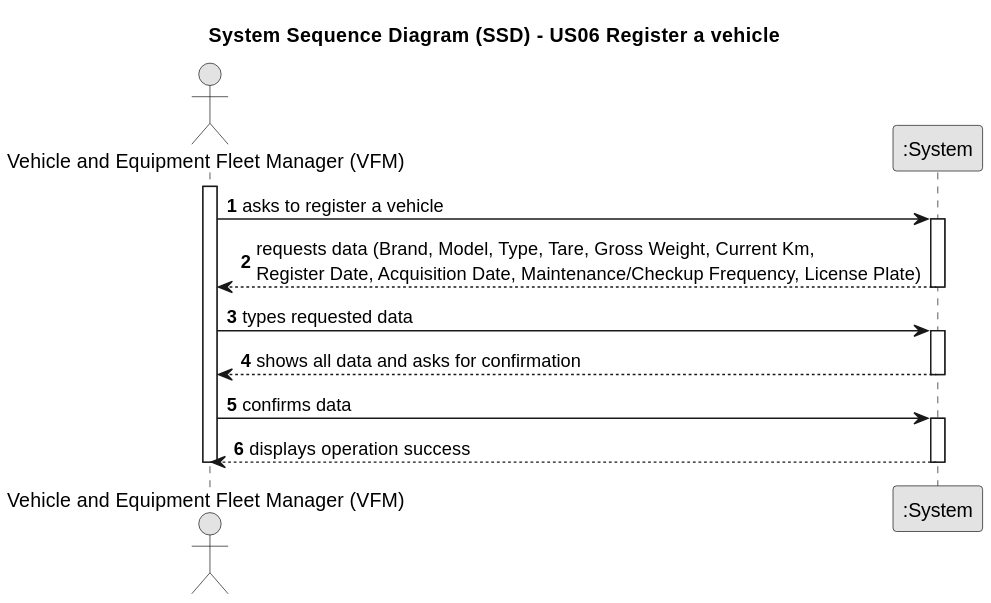
Earlier version of the PlantUML export docs/sprintA/us06/01.requirements-engineering/svg/us006-system-sequence-diagram.svg (Departamento-de-Engenharia-Informatica/lei-24-s2-1db-g022).
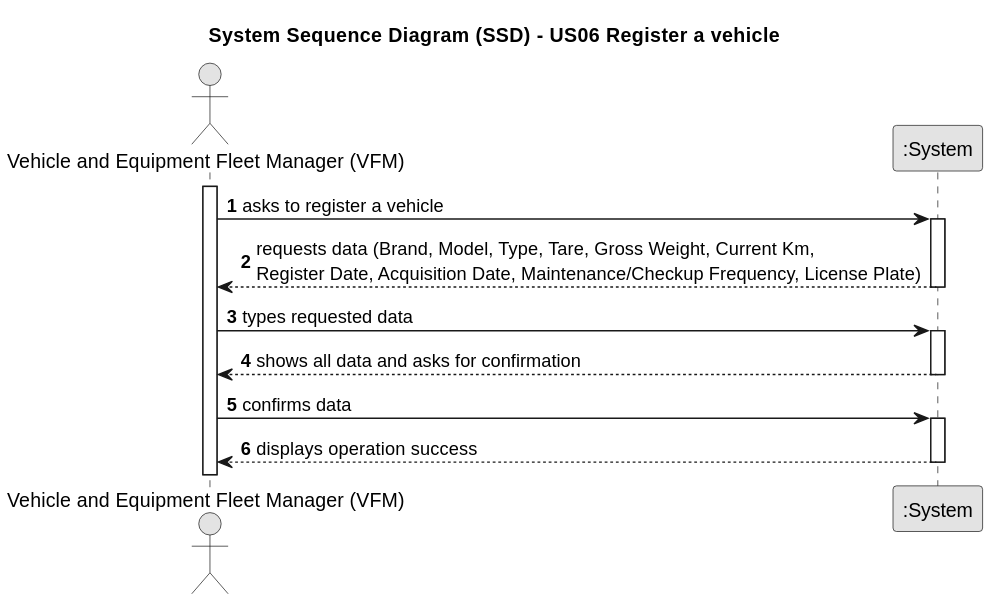
Above is the later version.

Change to the diagram source:
```diff
@@ -9,6 +9,7 @@
 
 actor "Vehicle and Equipment Fleet Manager (VFM)" as VFM
 participant ":System" as System
+
     activate VFM
     VFM -> System : asks to register a vehicle
     activate System
@@ -28,6 +29,4 @@
 
     System --> VFM : displays operation success
     deactivate System
-
-    deactivate VFM
 @enduml
```
